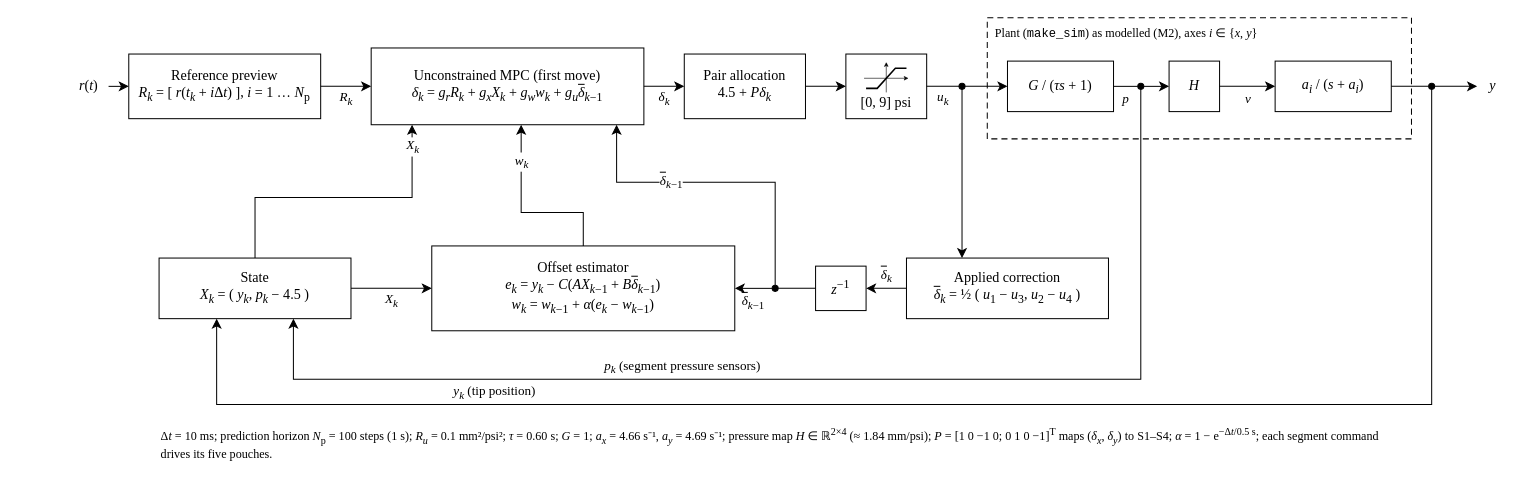
The draw.io diagram page "MPC M2 submission (IEEE)" (4 of 8) of docs/diagrams/controllers.drawio in ibraheem-111/soft-pneumatic-arm-control, before the edit. Source tidied: cells renumbered, new cells numbered last; positions are measured from the earlier drawing's top-left corner, leaving out a move shared by most shapes. Both pictures are drawn from the tidied source at 101%, with x=0, y=0 at pixel (68, 17).
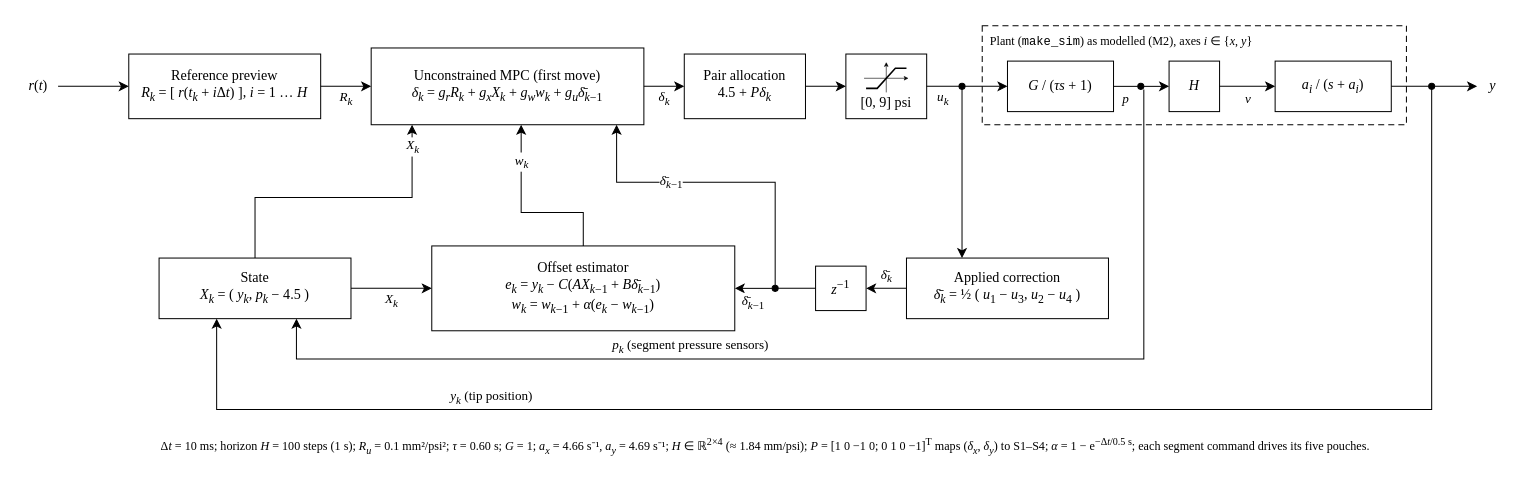
The same diagram, later.

The change refers to these unchanged cells:
```xml
<mxCell id="16" style="ellipse;html=1;fillColor=#000000;strokeColor=#000000;" parent="1" vertex="1">
  <mxGeometry x="1059" y="65" width="6" height="6" as="geometry" />
</mxCell>
<mxCell id="17" style="ellipse;html=1;fillColor=#000000;strokeColor=#000000;" parent="1" vertex="1">
  <mxGeometry x="1347" y="65" width="6" height="6" as="geometry" />
</mxCell>
<mxCell id="29" value="State&lt;br&gt;&lt;i&gt;X&lt;/i&gt;&lt;sub&gt;&lt;i&gt;k&lt;/i&gt;&lt;/sub&gt; = ( &lt;i&gt;y&lt;/i&gt;&lt;sub&gt;&lt;i&gt;k&lt;/i&gt;&lt;/sub&gt;, &lt;i&gt;p&lt;/i&gt;&lt;sub&gt;&lt;i&gt;k&lt;/i&gt;&lt;/sub&gt; − 4.5 )" style="rounded=0;whiteSpace=wrap;html=1;fillColor=#FFFFFF;strokeColor=#000000;strokeWidth=1;fontSize=14;fontFamily=Times New Roman;fontColor=#000000;" parent="1" vertex="1">
  <mxGeometry x="90" y="238" width="190" height="60" as="geometry" />
</mxCell>
<mxCell id="31" value="&lt;i&gt;z&lt;/i&gt;&lt;sup&gt;−1&lt;/sup&gt;" style="rounded=0;whiteSpace=wrap;html=1;fillColor=#FFFFFF;strokeColor=#000000;strokeWidth=1;fontSize=14;fontFamily=Times New Roman;fontColor=#000000;" parent="1" vertex="1">
  <mxGeometry x="740" y="246" width="50" height="44" as="geometry" />
</mxCell>
<mxCell id="33" style="ellipse;html=1;fillColor=#000000;strokeColor=#000000;" parent="1" vertex="1">
  <mxGeometry x="697" y="265" width="6" height="6" as="geometry" />
</mxCell>
```

Change to the diagram source:
```diff
@@
     <mxCell id="2" value="&lt;i&gt;r&lt;/i&gt;(&lt;i&gt;t&lt;/i&gt;)" style="text;html=1;align=center;verticalAlign=middle;fontSize=14;fontFamily=Times New Roman;fontColor=#000000;" parent="1" vertex="1">
-      <mxGeometry y="53" width="40" height="30" as="geometry" />
+      <mxGeometry x="-50" y="53" width="40" height="30" as="geometry" />
     </mxCell>
-    <mxCell id="3" value="Reference preview&lt;br&gt;&lt;i&gt;R&lt;/i&gt;&lt;sub&gt;&lt;i&gt;k&lt;/i&gt;&lt;/sub&gt; = [ &lt;i&gt;r&lt;/i&gt;(&lt;i&gt;t&lt;/i&gt;&lt;sub&gt;&lt;i&gt;k&lt;/i&gt;&lt;/sub&gt; + &lt;i&gt;i&lt;/i&gt;Δ&lt;i&gt;t&lt;/i&gt;) ], &lt;i&gt;i&lt;/i&gt; = 1 … &lt;i&gt;N&lt;/i&gt;&lt;sub&gt;p&lt;/sub&gt;" style="rounded=0;whiteSpace=wrap;html=1;fillColor=#FFFFFF;strokeColor=#000000;strokeWidth=1;fontSize=14;fontFamily=Times New Roman;fontColor=#000000;" parent="1" vertex="1">
+    <mxCell id="3" value="Reference preview&lt;br&gt;&lt;i&gt;R&lt;/i&gt;&lt;sub&gt;&lt;i&gt;k&lt;/i&gt;&lt;/sub&gt; = [ &lt;i&gt;r&lt;/i&gt;(&lt;i&gt;t&lt;/i&gt;&lt;sub&gt;&lt;i&gt;k&lt;/i&gt;&lt;/sub&gt; + &lt;i&gt;i&lt;/i&gt;Δ&lt;i&gt;t&lt;/i&gt;) ], &lt;i&gt;i&lt;/i&gt; = 1 … &lt;i&gt;H&lt;/i&gt;" style="rounded=0;whiteSpace=wrap;html=1;fillColor=#FFFFFF;strokeColor=#000000;strokeWidth=1;fontSize=14;fontFamily=Times New Roman;fontColor=#000000;" parent="1" vertex="1">
       <mxGeometry x="60" y="36" width="190" height="64" as="geometry" />
     </mxCell>
-    <mxCell id="4" value="Unconstrained MPC (first move)&lt;br&gt;&lt;i&gt;δ&lt;/i&gt;&lt;sub&gt;&lt;i&gt;k&lt;/i&gt;&lt;/sub&gt; = &lt;i&gt;g&lt;/i&gt;&lt;sub&gt;&lt;i&gt;r&lt;/i&gt;&lt;/sub&gt;&lt;i&gt;R&lt;/i&gt;&lt;sub&gt;&lt;i&gt;k&lt;/i&gt;&lt;/sub&gt; + &lt;i&gt;g&lt;/i&gt;&lt;sub&gt;&lt;i&gt;x&lt;/i&gt;&lt;/sub&gt;&lt;i&gt;X&lt;/i&gt;&lt;sub&gt;&lt;i&gt;k&lt;/i&gt;&lt;/sub&gt; + &lt;i&gt;g&lt;/i&gt;&lt;sub&gt;&lt;i&gt;w&lt;/i&gt;&lt;/sub&gt;&lt;i&gt;w&lt;/i&gt;&lt;sub&gt;&lt;i&gt;k&lt;/i&gt;&lt;/sub&gt; + &lt;i&gt;g&lt;/i&gt;&lt;sub&gt;&lt;i&gt;u&lt;/i&gt;&lt;/sub&gt;&lt;span style=&quot;text-decoration:overline&quot;&gt;&lt;i&gt;δ&lt;/i&gt;&lt;/span&gt;&lt;sub&gt;&lt;i&gt;k&lt;/i&gt;−1&lt;/sub&gt;" style="rounded=0;whiteSpace=wrap;html=1;fillColor=#FFFFFF;strokeColor=#000000;strokeWidth=1;fontSize=14;fontFamily=Times New Roman;fontColor=#000000;" parent="1" vertex="1">
+    <mxCell id="4" value="Unconstrained MPC (first move)&lt;br&gt;&lt;i&gt;δ&lt;/i&gt;&lt;sub&gt;&lt;i&gt;k&lt;/i&gt;&lt;/sub&gt; = &lt;i&gt;g&lt;/i&gt;&lt;sub&gt;&lt;i&gt;r&lt;/i&gt;&lt;/sub&gt;&lt;i&gt;R&lt;/i&gt;&lt;sub&gt;&lt;i&gt;k&lt;/i&gt;&lt;/sub&gt; + &lt;i&gt;g&lt;/i&gt;&lt;sub&gt;&lt;i&gt;x&lt;/i&gt;&lt;/sub&gt;&lt;i&gt;X&lt;/i&gt;&lt;sub&gt;&lt;i&gt;k&lt;/i&gt;&lt;/sub&gt; + &lt;i&gt;g&lt;/i&gt;&lt;sub&gt;&lt;i&gt;w&lt;/i&gt;&lt;/sub&gt;&lt;i&gt;w&lt;/i&gt;&lt;sub&gt;&lt;i&gt;k&lt;/i&gt;&lt;/sub&gt; + &lt;i&gt;g&lt;/i&gt;&lt;sub&gt;&lt;i&gt;u&lt;/i&gt;&lt;/sub&gt;&lt;i&gt;δ̄&lt;/i&gt;&lt;sub&gt;&lt;i&gt;k&lt;/i&gt;−1&lt;/sub&gt;" style="rounded=0;whiteSpace=wrap;html=1;fillColor=#FFFFFF;strokeColor=#000000;strokeWidth=1;fontSize=14;fontFamily=Times New Roman;fontColor=#000000;" parent="1" vertex="1">
       <mxGeometry x="300" y="30" width="270" height="76" as="geometry" />
     </mxCell>
@@
     <mxCell id="14" value="Plant (&lt;span style=&quot;font-family:Courier New&quot;&gt;make_sim&lt;/span&gt;) as modelled (M2), axes &lt;i&gt;i&lt;/i&gt; ∈ {&lt;i&gt;x&lt;/i&gt;, &lt;i&gt;y&lt;/i&gt;}" style="rounded=0;html=1;fillColor=none;dashed=1;dashPattern=6 4;strokeColor=#000000;strokeWidth=1;verticalAlign=top;align=left;spacingLeft=6;spacingTop=2;fontSize=12;fontFamily=Times New Roman;fontColor=#000000;" parent="1" vertex="1">
-      <mxGeometry x="910" width="420" height="120" as="geometry" />
+      <mxGeometry x="905" y="8" width="420" height="98" as="geometry" />
     </mxCell>
@@
-    <mxCell id="30" value="Offset estimator&lt;br&gt;&lt;i&gt;e&lt;/i&gt;&lt;sub&gt;&lt;i&gt;k&lt;/i&gt;&lt;/sub&gt; = &lt;i&gt;y&lt;/i&gt;&lt;sub&gt;&lt;i&gt;k&lt;/i&gt;&lt;/sub&gt; − &lt;i&gt;C&lt;/i&gt;(&lt;i&gt;A&lt;/i&gt;&lt;i&gt;X&lt;/i&gt;&lt;sub&gt;&lt;i&gt;k&lt;/i&gt;−1&lt;/sub&gt; + &lt;i&gt;B&lt;/i&gt;&lt;span style=&quot;text-decoration:overline&quot;&gt;&lt;i&gt;δ&lt;/i&gt;&lt;/span&gt;&lt;sub&gt;&lt;i&gt;k&lt;/i&gt;−1&lt;/sub&gt;)&lt;br&gt;&lt;i&gt;w&lt;/i&gt;&lt;sub&gt;&lt;i&gt;k&lt;/i&gt;&lt;/sub&gt; = &lt;i&gt;w&lt;/i&gt;&lt;sub&gt;&lt;i&gt;k&lt;/i&gt;−1&lt;/sub&gt; + &lt;i&gt;α&lt;/i&gt;(&lt;i&gt;e&lt;/i&gt;&lt;sub&gt;&lt;i&gt;k&lt;/i&gt;&lt;/sub&gt; − &lt;i&gt;w&lt;/i&gt;&lt;sub&gt;&lt;i&gt;k&lt;/i&gt;−1&lt;/sub&gt;)" style="rounded=0;whiteSpace=wrap;html=1;fillColor=#FFFFFF;strokeColor=#000000;strokeWidth=1;fontSize=14;fontFamily=Times New Roman;fontColor=#000000;" parent="1" vertex="1">
+    <mxCell id="30" value="Offset estimator&lt;br&gt;&lt;i&gt;e&lt;/i&gt;&lt;sub&gt;&lt;i&gt;k&lt;/i&gt;&lt;/sub&gt; = &lt;i&gt;y&lt;/i&gt;&lt;sub&gt;&lt;i&gt;k&lt;/i&gt;&lt;/sub&gt; − &lt;i&gt;C&lt;/i&gt;(&lt;i&gt;A&lt;/i&gt;&lt;i&gt;X&lt;/i&gt;&lt;sub&gt;&lt;i&gt;k&lt;/i&gt;−1&lt;/sub&gt; + &lt;i&gt;B&lt;/i&gt;&lt;i&gt;δ̄&lt;/i&gt;&lt;sub&gt;&lt;i&gt;k&lt;/i&gt;−1&lt;/sub&gt;)&lt;br&gt;&lt;i&gt;w&lt;/i&gt;&lt;sub&gt;&lt;i&gt;k&lt;/i&gt;&lt;/sub&gt; = &lt;i&gt;w&lt;/i&gt;&lt;sub&gt;&lt;i&gt;k&lt;/i&gt;−1&lt;/sub&gt; + &lt;i&gt;α&lt;/i&gt;(&lt;i&gt;e&lt;/i&gt;&lt;sub&gt;&lt;i&gt;k&lt;/i&gt;&lt;/sub&gt; − &lt;i&gt;w&lt;/i&gt;&lt;sub&gt;&lt;i&gt;k&lt;/i&gt;−1&lt;/sub&gt;)" style="rounded=0;whiteSpace=wrap;html=1;fillColor=#FFFFFF;strokeColor=#000000;strokeWidth=1;fontSize=14;fontFamily=Times New Roman;fontColor=#000000;" parent="1" vertex="1">
       <mxGeometry x="360" y="226" width="300" height="84" as="geometry" />
     </mxCell>
@@
-    <mxCell id="32" value="Applied correction&lt;br&gt;&lt;span style=&quot;text-decoration:overline&quot;&gt;&lt;i&gt;δ&lt;/i&gt;&lt;/span&gt;&lt;sub&gt;&lt;i&gt;k&lt;/i&gt;&lt;/sub&gt; = ½ ( &lt;i&gt;u&lt;/i&gt;&lt;sub&gt;1&lt;/sub&gt; − &lt;i&gt;u&lt;/i&gt;&lt;sub&gt;3&lt;/sub&gt;, &lt;i&gt;u&lt;/i&gt;&lt;sub&gt;2&lt;/sub&gt; − &lt;i&gt;u&lt;/i&gt;&lt;sub&gt;4&lt;/sub&gt; )" style="rounded=0;whiteSpace=wrap;html=1;fillColor=#FFFFFF;strokeColor=#000000;strokeWidth=1;fontSize=14;fontFamily=Times New Roman;fontColor=#000000;" parent="1" vertex="1">
+    <mxCell id="32" value="Applied correction&lt;br&gt;&lt;i&gt;δ̄&lt;/i&gt;&lt;sub&gt;&lt;i&gt;k&lt;/i&gt;&lt;/sub&gt; = ½ ( &lt;i&gt;u&lt;/i&gt;&lt;sub&gt;1&lt;/sub&gt; − &lt;i&gt;u&lt;/i&gt;&lt;sub&gt;3&lt;/sub&gt;, &lt;i&gt;u&lt;/i&gt;&lt;sub&gt;2&lt;/sub&gt; − &lt;i&gt;u&lt;/i&gt;&lt;sub&gt;4&lt;/sub&gt; )" style="rounded=0;whiteSpace=wrap;html=1;fillColor=#FFFFFF;strokeColor=#000000;strokeWidth=1;fontSize=14;fontFamily=Times New Roman;fontColor=#000000;" parent="1" vertex="1">
       <mxGeometry x="830" y="238" width="200" height="60" as="geometry" />
     </mxCell>
@@
     <mxCell id="34" value="&lt;i&gt;y&lt;/i&gt;&lt;sub&gt;&lt;i&gt;k&lt;/i&gt;&lt;/sub&gt; (tip position)" style="edgeStyle=orthogonalEdgeStyle;rounded=0;html=1;endArrow=classic;endFill=1;endSize=7;strokeColor=#000000;strokeWidth=1;fontSize=13;labelBackgroundColor=#FFFFFF;fontFamily=Times New Roman;fontColor=#000000;exitX=0.5;exitY=1;exitDx=0;exitDy=0;entryX=0.3;entryY=1;entryDx=0;entryDy=0;" parent="1" edge="1" source="17" target="29">
       <mxGeometry x="0.55" y="-12" relative="1" as="geometry">
         <Array as="points">
-          <mxPoint x="1350" y="383" />
-          <mxPoint x="147" y="383" />
+          <mxPoint x="1350" y="388" />
+          <mxPoint x="147" y="388" />
         </Array>
       </mxGeometry>
     </mxCell>
-    <mxCell id="35" value="&lt;i&gt;p&lt;/i&gt;&lt;sub&gt;&lt;i&gt;k&lt;/i&gt;&lt;/sub&gt; (segment pressure sensors)" style="edgeStyle=orthogonalEdgeStyle;rounded=0;html=1;endArrow=classic;endFill=1;endSize=7;strokeColor=#000000;strokeWidth=1;fontSize=13;labelBackgroundColor=#FFFFFF;fontFamily=Times New Roman;fontColor=#000000;exitX=0.5;exitY=1;exitDx=0;exitDy=0;entryX=0.7;entryY=1;entryDx=0;entryDy=0;" parent="1" edge="1" source="16" target="29">
+    <mxCell id="35" value="&lt;i&gt;p&lt;/i&gt;&lt;sub&gt;&lt;i&gt;k&lt;/i&gt;&lt;/sub&gt; (segment pressure sensors)" style="edgeStyle=orthogonalEdgeStyle;rounded=0;html=1;endArrow=classic;endFill=1;endSize=7;strokeColor=#000000;strokeWidth=1;fontSize=13;labelBackgroundColor=#FFFFFF;fontFamily=Times New Roman;fontColor=#000000;exitX=0.5;exitY=1;exitDx=0;exitDy=0;entryX=0.7;entryY=1;entryDx=0;entryDy=0;" parent="1" edge="1">
       <mxGeometry x="0.25" y="-12" relative="1" as="geometry">
+        <mxPoint x="1065" y="71" as="sourcePoint" />
+        <mxPoint x="226" y="298" as="targetPoint" />
         <Array as="points">
-          <mxPoint x="1062" y="358" />
-          <mxPoint x="223" y="358" />
+          <mxPoint x="1065" y="338" />
+          <mxPoint x="226" y="338" />
         </Array>
       </mxGeometry>
     </mxCell>
@@
-    <mxCell id="37" value="&lt;span style=&quot;text-decoration:overline&quot;&gt;&lt;i&gt;δ&lt;/i&gt;&lt;/span&gt;&lt;sub&gt;&lt;i&gt;k&lt;/i&gt;&lt;/sub&gt;" style="edgeStyle=orthogonalEdgeStyle;rounded=0;html=1;endArrow=classic;endFill=1;endSize=7;strokeColor=#000000;strokeWidth=1;fontSize=13;labelBackgroundColor=#FFFFFF;fontFamily=Times New Roman;fontColor=#000000;exitX=0;exitY=0.5;exitDx=0;exitDy=0;entryX=1;entryY=0.5;entryDx=0;entryDy=0;" parent="1" edge="1" source="32" target="31">
+    <mxCell id="37" value="&lt;i&gt;δ̄&lt;/i&gt;&lt;sub&gt;&lt;i&gt;k&lt;/i&gt;&lt;/sub&gt;" style="edgeStyle=orthogonalEdgeStyle;rounded=0;html=1;endArrow=classic;endFill=1;endSize=7;strokeColor=#000000;strokeWidth=1;fontSize=13;labelBackgroundColor=#FFFFFF;fontFamily=Times New Roman;fontColor=#000000;exitX=0;exitY=0.5;exitDx=0;exitDy=0;entryX=1;entryY=0.5;entryDx=0;entryDy=0;" parent="1" edge="1" source="32" target="31">
       <mxGeometry y="-12" relative="1" as="geometry" />
     </mxCell>
@@
-    <mxCell id="39" value="&lt;span style=&quot;text-decoration:overline&quot;&gt;&lt;i&gt;δ&lt;/i&gt;&lt;/span&gt;&lt;sub&gt;&lt;i&gt;k&lt;/i&gt;−1&lt;/sub&gt;" style="edgeStyle=orthogonalEdgeStyle;rounded=0;html=1;endArrow=classic;endFill=1;endSize=7;strokeColor=#000000;strokeWidth=1;fontSize=13;labelBackgroundColor=#FFFFFF;fontFamily=Times New Roman;fontColor=#000000;exitX=0;exitY=0.5;exitDx=0;exitDy=0;entryX=1;entryY=0.5;entryDx=0;entryDy=0;" parent="1" edge="1" source="33" target="30">
+    <mxCell id="39" value="&lt;i&gt;δ̄&lt;/i&gt;&lt;sub&gt;&lt;i&gt;k&lt;/i&gt;−1&lt;/sub&gt;" style="edgeStyle=orthogonalEdgeStyle;rounded=0;html=1;endArrow=classic;endFill=1;endSize=7;strokeColor=#000000;strokeWidth=1;fontSize=13;labelBackgroundColor=#FFFFFF;fontFamily=Times New Roman;fontColor=#000000;exitX=0;exitY=0.5;exitDx=0;exitDy=0;entryX=1;entryY=0.5;entryDx=0;entryDy=0;" parent="1" edge="1" source="33" target="30">
       <mxGeometry y="14" relative="1" as="geometry" />
     </mxCell>
@@
-    <mxCell id="43" value="&lt;span style=&quot;text-decoration:overline&quot;&gt;&lt;i&gt;δ&lt;/i&gt;&lt;/span&gt;&lt;sub&gt;&lt;i&gt;k&lt;/i&gt;−1&lt;/sub&gt;" style="edgeStyle=orthogonalEdgeStyle;rounded=0;html=1;endArrow=classic;endFill=1;endSize=7;strokeColor=#000000;strokeWidth=1;fontSize=13;labelBackgroundColor=#FFFFFF;fontFamily=Times New Roman;fontColor=#000000;exitX=0.5;exitY=0;exitDx=0;exitDy=0;entryX=0.9;entryY=1;entryDx=0;entryDy=0;" parent="1" edge="1" source="33" target="4">
+    <mxCell id="43" value="&lt;i&gt;δ̄&lt;/i&gt;&lt;sub&gt;&lt;i&gt;k&lt;/i&gt;−1&lt;/sub&gt;" style="edgeStyle=orthogonalEdgeStyle;rounded=0;html=1;endArrow=classic;endFill=1;endSize=7;strokeColor=#000000;strokeWidth=1;fontSize=13;labelBackgroundColor=#FFFFFF;fontFamily=Times New Roman;fontColor=#000000;exitX=0.5;exitY=0;exitDx=0;exitDy=0;entryX=0.9;entryY=1;entryDx=0;entryDy=0;" parent="1" edge="1" source="33" target="4">
       <mxGeometry x="0.3" relative="1" as="geometry">
         <Array as="points">
           <mxPoint x="700" y="163" />
           <mxPoint x="543" y="163" />
         </Array>
       </mxGeometry>
     </mxCell>
-    <mxCell id="44" value="Δ&lt;i&gt;t&lt;/i&gt; = 10 ms; prediction horizon &lt;i&gt;N&lt;/i&gt;&lt;sub&gt;p&lt;/sub&gt; = 100 steps (1 s); &lt;i&gt;R&lt;/i&gt;&lt;sub&gt;&lt;i&gt;u&lt;/i&gt;&lt;/sub&gt; = 0.1 mm²/psi²; &lt;i&gt;τ&lt;/i&gt; = 0.60 s; &lt;i&gt;G&lt;/i&gt; = 1; &lt;i&gt;a&lt;/i&gt;&lt;sub&gt;&lt;i&gt;x&lt;/i&gt;&lt;/sub&gt; = 4.66 s⁻¹, &lt;i&gt;a&lt;/i&gt;&lt;sub&gt;&lt;i&gt;y&lt;/i&gt;&lt;/sub&gt; = 4.69 s⁻¹; pressure map &lt;i&gt;H&lt;/i&gt; ∈ ℝ&lt;sup&gt;2×4&lt;/sup&gt; (≈ 1.84 mm/psi); &lt;i&gt;P&lt;/i&gt; = [1 0 −1 0; 0 1 0 −1]&lt;sup&gt;T&lt;/sup&gt; maps (&lt;i&gt;δ&lt;/i&gt;&lt;sub&gt;&lt;i&gt;x&lt;/i&gt;&lt;/sub&gt;, &lt;i&gt;δ&lt;/i&gt;&lt;sub&gt;&lt;i&gt;y&lt;/i&gt;&lt;/sub&gt;) to S1–S4; &lt;i&gt;α&lt;/i&gt; = 1 − e&lt;sup&gt;−Δ&lt;i&gt;t&lt;/i&gt;/0.5 s&lt;/sup&gt;; each segment command drives its five pouches." style="text;html=1;align=left;verticalAlign=top;whiteSpace=wrap;fontSize=12;fontFamily=Times New Roman;fontColor=#000000;" parent="1" vertex="1">
-      <mxGeometry x="90" y="398" width="1240" height="40" as="geometry" />
+    <mxCell id="44" value="Δ&lt;i&gt;t&lt;/i&gt; = 10 ms; horizon &lt;i&gt;H&lt;/i&gt; = 100 steps (1 s); &lt;i&gt;R&lt;/i&gt;&lt;sub&gt;&lt;i&gt;u&lt;/i&gt;&lt;/sub&gt; = 0.1 mm²/psi²; &lt;i&gt;τ&lt;/i&gt; = 0.60 s; &lt;i&gt;G&lt;/i&gt; = 1; &lt;i&gt;a&lt;/i&gt;&lt;sub&gt;&lt;i&gt;x&lt;/i&gt;&lt;/sub&gt; = 4.66 s⁻¹, &lt;i&gt;a&lt;/i&gt;&lt;sub&gt;&lt;i&gt;y&lt;/i&gt;&lt;/sub&gt; = 4.69 s⁻¹; &lt;i&gt;H&lt;/i&gt; ∈ ℝ&lt;sup&gt;2×4&lt;/sup&gt; (≈ 1.84 mm/psi); &lt;i&gt;P&lt;/i&gt; = [1 0 −1 0; 0 1 0 −1]&lt;sup&gt;T&lt;/sup&gt; maps (&lt;i&gt;δ&lt;/i&gt;&lt;sub&gt;&lt;i&gt;x&lt;/i&gt;&lt;/sub&gt;, &lt;i&gt;δ&lt;/i&gt;&lt;sub&gt;&lt;i&gt;y&lt;/i&gt;&lt;/sub&gt;) to S1–S4; &lt;i&gt;α&lt;/i&gt; = 1 − e&lt;sup&gt;−Δ&lt;i&gt;t&lt;/i&gt;/0.5 s&lt;/sup&gt;; each segment command drives its five pouches." style="text;html=1;align=left;verticalAlign=top;whiteSpace=wrap;fontSize=12;fontFamily=Times New Roman;fontColor=#000000;" parent="1" vertex="1">
+      <mxGeometry x="90" y="408" width="1240" height="40" as="geometry" />
     </mxCell>
```
